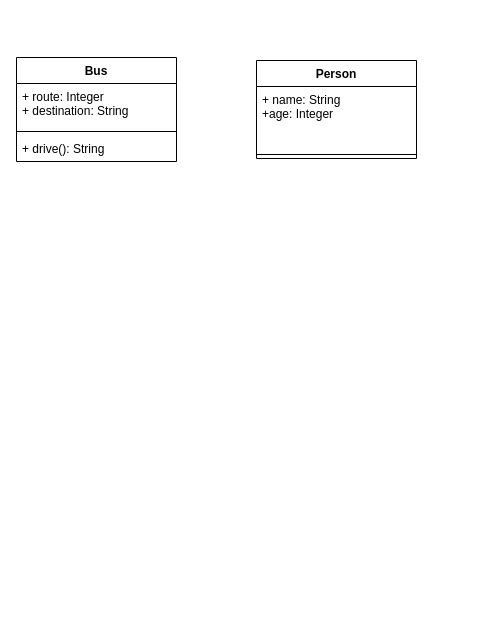
Ollie-Boyd/bus-stop keeps this draw.io diagram as spec/bus.drawio. Above is the earlier version. Source tidied: cells renumbered, new cells numbered last; positions are measured from the earlier drawing's top-left corner, leaving out a move shared by most shapes. Both pictures are drawn from the tidied source at 100%, with x=0, y=0 at pixel (16, 57).
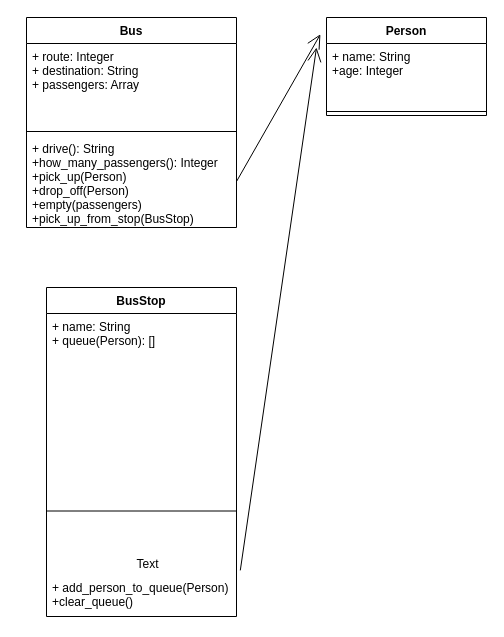
Above is the later version.

Change to the diagram source:
```diff
@@
 <mxGraphModel>
   <root>
     <mxCell id="0" />
     <mxCell id="1" parent="0" />
+    <mxCell id="9" style="endArrow=open;endFill=1;endSize=12;html=1;exitX=1;exitY=0.5;exitDx=0;exitDy=0;entryX=-0.038;entryY=0.171;entryDx=0;entryDy=0;entryPerimeter=0;" parent="1" edge="1" source="5" target="6">
+      <mxGeometry relative="1" as="geometry" />
+    </mxCell>
     <mxCell id="2" value="Bus" style="swimlane;fontStyle=1;align=center;verticalAlign=top;horizontal=1;startSize=26;" parent="1" vertex="1">
-      <mxGeometry width="160" height="104" as="geometry" />
+      <mxGeometry x="10" y="-40" width="210" height="210" as="geometry" />
     </mxCell>
-    <mxCell id="3" value="+ route: Integer&#10;+ destination: String" style="text;strokeColor=none;fillColor=none;align=left;verticalAlign=top;spacingLeft=4;spacingRight=4;overflow=hidden;" parent="2" vertex="1">
-      <mxGeometry y="26" width="160" height="44" as="geometry" />
+    <mxCell id="3" value="+ route: Integer&#10;+ destination: String&#10;+ passengers: Array" style="text;strokeColor=none;fillColor=none;align=left;verticalAlign=top;spacingLeft=4;spacingRight=4;overflow=hidden;" parent="2" vertex="1">
+      <mxGeometry y="26" width="210" height="84" as="geometry" />
     </mxCell>
     <mxCell id="4" style="line;strokeWidth=1;fillColor=none;align=left;verticalAlign=middle;spacingTop=-1;spacingLeft=3;spacingRight=3;labelPosition=right;" parent="2" vertex="1">
-      <mxGeometry y="70" width="160" height="8" as="geometry" />
+      <mxGeometry y="110" width="210" height="8" as="geometry" />
     </mxCell>
-    <mxCell id="5" value="+ drive(): String" style="text;strokeColor=none;fillColor=none;align=left;verticalAlign=top;spacingLeft=4;spacingRight=4;overflow=hidden;points=[[0,0.5],[1,0.5]];portConstraint=eastwest;" parent="2" vertex="1">
-      <mxGeometry y="78" width="160" height="26" as="geometry" />
+    <mxCell id="5" value="+ drive(): String&#10;+how_many_passengers(): Integer&#10;+pick_up(Person)&#10;+drop_off(Person)&#10;+empty(passengers)&#10;+pick_up_from_stop(BusStop)" style="text;strokeColor=none;fillColor=none;align=left;verticalAlign=top;spacingLeft=4;spacingRight=4;overflow=hidden;points=[[0,0.5],[1,0.5]];portConstraint=eastwest;" parent="2" vertex="1">
+      <mxGeometry y="118" width="210" height="92" as="geometry" />
     </mxCell>
     <mxCell id="6" value="Person" style="swimlane;fontStyle=1;align=center;verticalAlign=top;horizontal=1;startSize=26;" parent="1" vertex="1">
-      <mxGeometry x="240" y="3" width="160" height="98" as="geometry" />
+      <mxGeometry x="310" y="-40" width="160" height="98" as="geometry" />
     </mxCell>
     <mxCell id="7" value="+ name: String&#10;+age: Integer&#10;" style="text;strokeColor=none;fillColor=none;align=left;verticalAlign=top;spacingLeft=4;spacingRight=4;overflow=hidden;" parent="6" vertex="1">
       <mxGeometry y="26" width="160" height="64" as="geometry" />
     </mxCell>
     <mxCell id="8" style="line;strokeWidth=1;fillColor=none;align=left;verticalAlign=middle;spacingTop=-1;spacingLeft=3;spacingRight=3;labelPosition=right;" parent="6" vertex="1">
       <mxGeometry y="90" width="160" height="8" as="geometry" />
     </mxCell>
+    <mxCell id="10" style="endArrow=open;endFill=1;endSize=12;html=1;exitX=1.02;exitY=-0.098;exitDx=0;exitDy=0;exitPerimeter=0;" parent="1" edge="1" source="15">
+      <mxGeometry relative="1" as="geometry">
+        <mxPoint x="300" y="-10" as="targetPoint" />
+      </mxGeometry>
+    </mxCell>
+    <mxCell id="11" value="BusStop" style="swimlane;fontStyle=1;align=center;verticalAlign=top;horizontal=1;startSize=26;" parent="1" vertex="1">
+      <mxGeometry x="30" y="230" width="190" height="329" as="geometry" />
+    </mxCell>
+    <mxCell id="12" value="+ name: String&#10;+ queue(Person): []" style="text;strokeColor=none;fillColor=none;align=left;verticalAlign=top;spacingLeft=4;spacingRight=4;overflow=hidden;" parent="11" vertex="1">
+      <mxGeometry y="26" width="190" height="134" as="geometry" />
+    </mxCell>
+    <mxCell id="13" style="line;strokeWidth=1;fillColor=none;align=left;verticalAlign=middle;spacingTop=-1;spacingLeft=3;spacingRight=3;labelPosition=right;" parent="11" vertex="1">
+      <mxGeometry y="160" width="190" height="127" as="geometry" />
+    </mxCell>
+    <mxCell id="14" value="Text" style="text;html=1;align=center;verticalAlign=middle;" parent="13" vertex="1">
+      <mxGeometry x="81" y="107" width="40" height="20" as="geometry" />
+    </mxCell>
+    <mxCell id="15" value="+ add_person_to_queue(Person)&#10;+clear_queue()&#10;" style="text;strokeColor=none;fillColor=none;align=left;verticalAlign=top;spacingLeft=4;spacingRight=4;overflow=hidden;points=[[0,0.5],[1,0.5]];portConstraint=eastwest;" parent="11" vertex="1">
+      <mxGeometry y="287" width="190" height="42" as="geometry" />
+    </mxCell>
   </root>
 </mxGraphModel>
```
